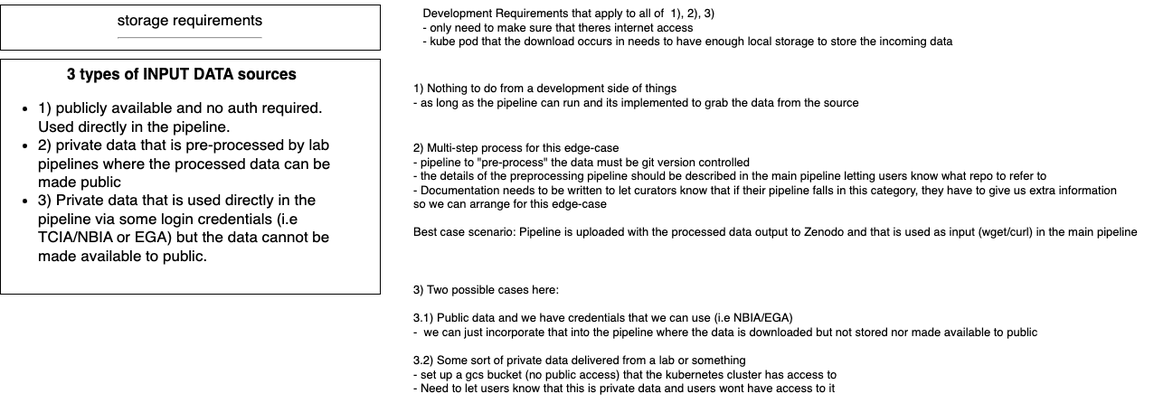
bhklab/ORCESTRA-api keeps this draw.io diagram as docs/requirements/storage/storage-requirements.drawio.png. Above is the earlier version. Source tidied: cells renumbered, new cells last; positions are measured from the earlier drawing's top-left corner, leaving out a move shared by most shapes.
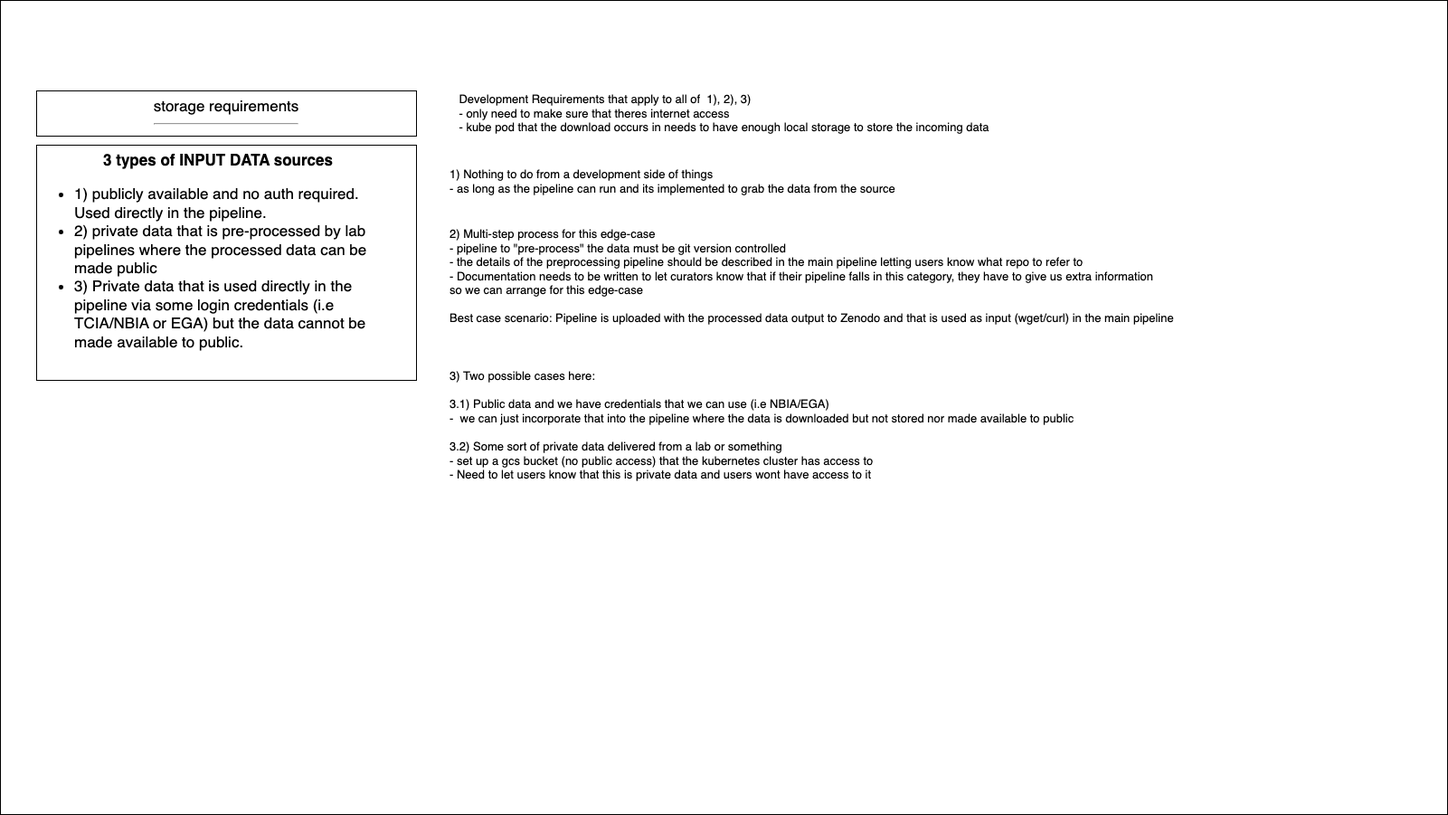
After the change.

What changed in the source:
```diff
@@ -2,6 +2,9 @@
   <root>
     <mxCell id="0" />
     <mxCell id="1" parent="0" />
+    <mxCell id="8" style="html=1;dashed=0;whitespace=wrap;" parent="1" vertex="1">
+      <mxGeometry x="-40" y="-95" width="1600" height="900" as="geometry" />
+    </mxCell>
     <mxCell id="2" value="storage requirements&lt;br&gt;&lt;hr&gt;" style="whiteSpace=wrap;html=1;fontSize=17;align=center;verticalAlign=top;" parent="1" vertex="1">
       <mxGeometry y="5" width="420" height="50" as="geometry" />
     </mxCell>
```
